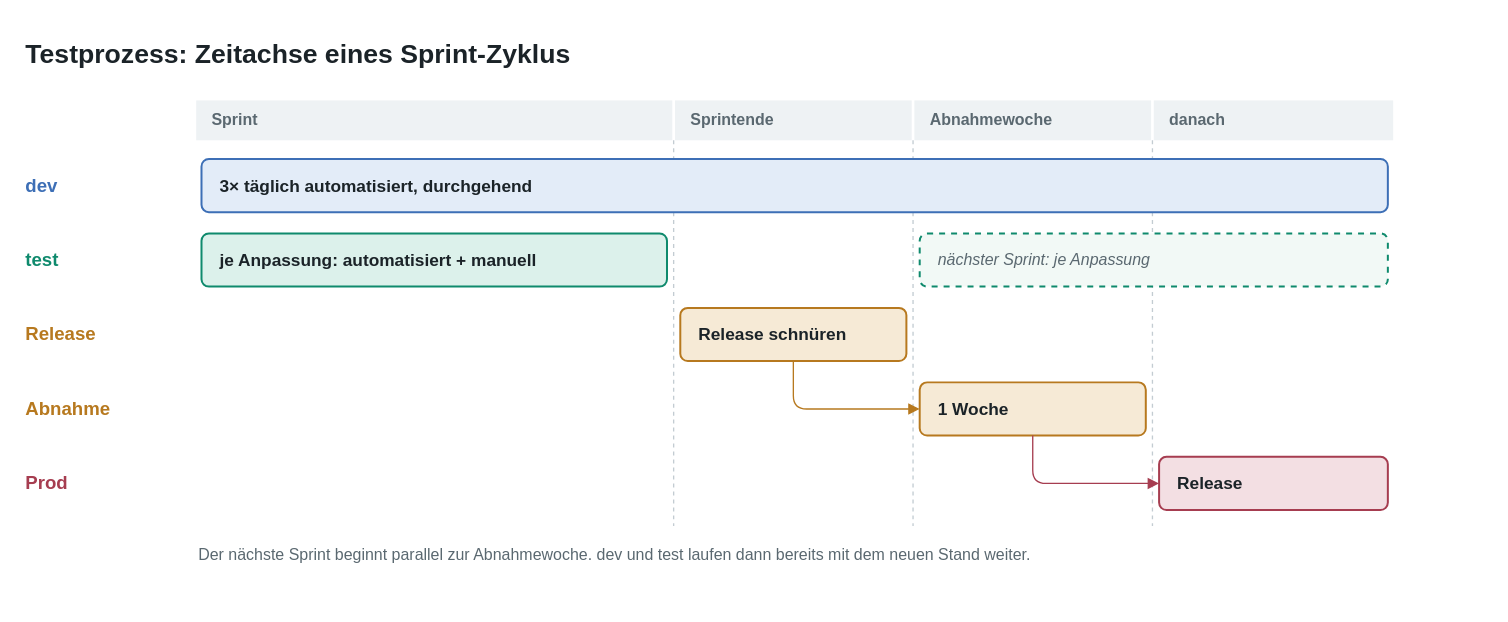
This is docs/Testprozess-Zeitachse.drawio from just13131410/CucumberTestProject, a draw.io file, before an edit. Source tidied: cells renumbered, new cells numbered last; positions are measured from the earlier drawing's top-left corner, leaving out a move shared by most shapes. Both pictures are drawn from the tidied source at 133%, with x=0, y=0 at pixel (23, 28).
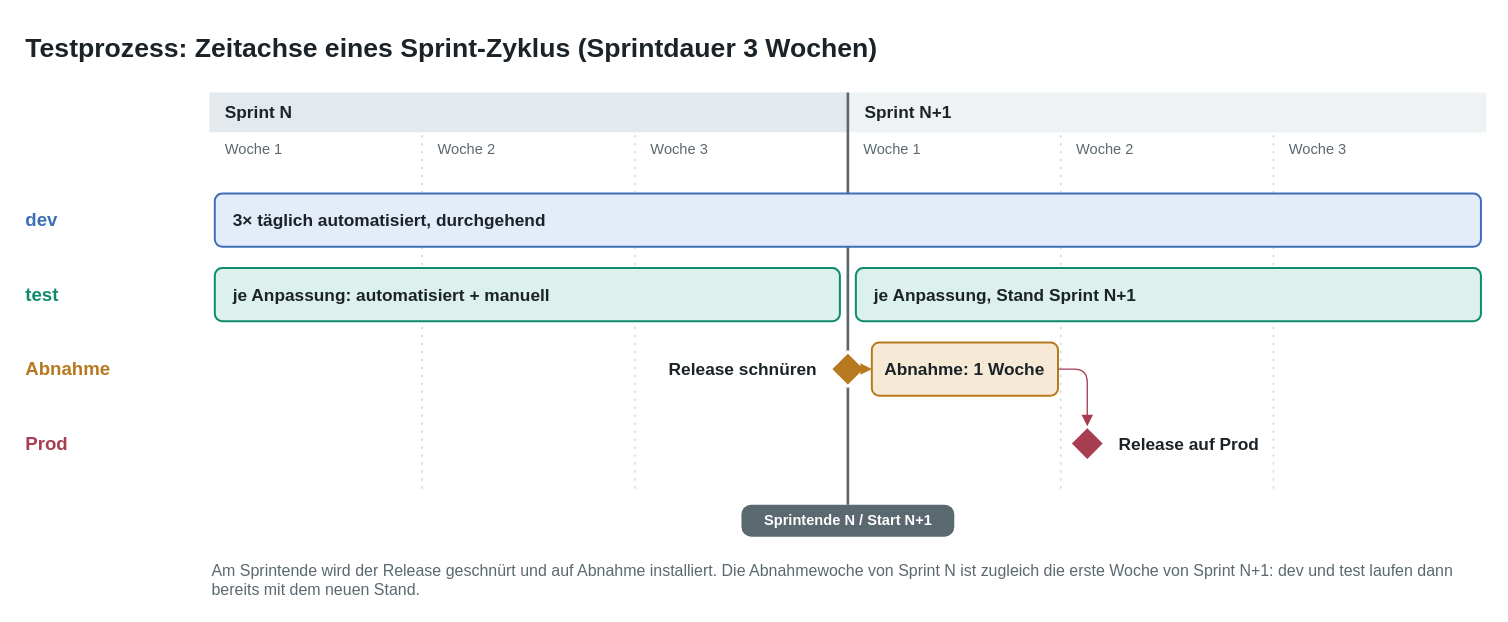
The same page after the edit.

Commit message:
docs: Zeitachse auf 3-Wochen-Sprints und Abnahme in Sprint N+1 umgestellt

Sprintende ist ein Zeitpunkt statt eigener Phase, Release schnüren ein
Meilenstein vor der Abnahme. Release ist keine eigene Umgebungszeile mehr.
Die Abnahmewoche liegt in der ersten Woche des Folgesprints.

Diff of the diagram source:
```diff
@@
-    <mxCell id="2" value="Testprozess: Zeitachse eines Sprint-Zyklus" style="text;html=1;align=left;verticalAlign=middle;fontSize=20;fontStyle=1;fontColor=#1b2328;" parent="1" vertex="1">
-      <mxGeometry width="700" height="36" as="geometry" />
+    <mxCell id="2" value="Testprozess: Zeitachse eines Sprint-Zyklus (Sprintdauer 3 Wochen)" style="text;html=1;align=left;verticalAlign=middle;fontSize=20;fontStyle=1;fontColor=#1b2328;" parent="1" vertex="1">
+      <mxGeometry y="-4" width="900" height="36" as="geometry" />
     </mxCell>
-    <mxCell id="3" value="Sprint" style="rounded=0;html=1;fillColor=#eef2f4;strokeColor=none;fontColor=#5a6870;fontStyle=1;fontSize=12;align=left;spacingLeft=10;" parent="1" vertex="1">
-      <mxGeometry x="130" y="54" width="358" height="30" as="geometry" />
-    </mxCell>
-    <mxCell id="4" value="Sprintende" style="rounded=0;html=1;fillColor=#eef2f4;strokeColor=none;fontColor=#5a6870;fontStyle=1;fontSize=12;align=left;spacingLeft=10;" parent="1" vertex="1">
-      <mxGeometry x="490" y="54" width="178" height="30" as="geometry" />
-    </mxCell>
-    <mxCell id="5" value="Abnahmewoche" style="rounded=0;html=1;fillColor=#eef2f4;strokeColor=none;fontColor=#5a6870;fontStyle=1;fontSize=12;align=left;spacingLeft=10;" parent="1" vertex="1">
-      <mxGeometry x="670" y="54" width="178" height="30" as="geometry" />
-    </mxCell>
-    <mxCell id="6" value="danach" style="rounded=0;html=1;fillColor=#eef2f4;strokeColor=none;fontColor=#5a6870;fontStyle=1;fontSize=12;align=left;spacingLeft=10;" parent="1" vertex="1">
-      <mxGeometry x="850" y="54" width="180" height="30" as="geometry" />
-    </mxCell>
-    <mxCell id="7" style="endArrow=none;html=1;dashed=1;strokeColor=#c3ccd2;" parent="1" edge="1">
-      <mxGeometry relative="1" as="geometry">
-        <mxPoint x="489" y="84" as="sourcePoint" />
-        <mxPoint x="489" y="374" as="targetPoint" />
-      </mxGeometry>
-    </mxCell>
-    <mxCell id="8" style="endArrow=none;html=1;dashed=1;strokeColor=#c3ccd2;" parent="1" edge="1">
-      <mxGeometry relative="1" as="geometry">
-        <mxPoint x="669" y="84" as="sourcePoint" />
-        <mxPoint x="669" y="374" as="targetPoint" />
-      </mxGeometry>
-    </mxCell>
-    <mxCell id="9" style="endArrow=none;html=1;dashed=1;strokeColor=#c3ccd2;" parent="1" edge="1">
-      <mxGeometry relative="1" as="geometry">
-        <mxPoint x="849" y="84" as="sourcePoint" />
-        <mxPoint x="849" y="374" as="targetPoint" />
-      </mxGeometry>
-    </mxCell>
+    <mxCell id="24" value="Sprint N" style="rounded=0;html=1;fillColor=#e3e9ec;strokeColor=none;fontColor=#1b2328;fontStyle=1;fontSize=13;align=left;spacingLeft=10;" parent="1" vertex="1">
+      <mxGeometry x="140" y="48" width="479" height="30" as="geometry" />
+    </mxCell>
+    <mxCell id="25" value="Sprint N+1" style="rounded=0;html=1;fillColor=#eef2f4;strokeColor=none;fontColor=#1b2328;fontStyle=1;fontSize=13;align=left;spacingLeft=10;" parent="1" vertex="1">
+      <mxGeometry x="621" y="48" width="479" height="30" as="geometry" />
+    </mxCell>
+    <mxCell id="26" value="Woche 1" style="text;html=1;align=left;verticalAlign=middle;spacingLeft=10;fontSize=11;fontColor=#5a6870;" parent="1" vertex="1">
+      <mxGeometry x="140" y="80" width="160" height="22" as="geometry" />
+    </mxCell>
+    <mxCell id="27" value="Woche 2" style="text;html=1;align=left;verticalAlign=middle;spacingLeft=10;fontSize=11;fontColor=#5a6870;" parent="1" vertex="1">
+      <mxGeometry x="300" y="80" width="160" height="22" as="geometry" />
+    </mxCell>
+    <mxCell id="28" value="Woche 3" style="text;html=1;align=left;verticalAlign=middle;spacingLeft=10;fontSize=11;fontColor=#5a6870;" parent="1" vertex="1">
+      <mxGeometry x="460" y="80" width="160" height="22" as="geometry" />
+    </mxCell>
+    <mxCell id="29" value="Woche 1" style="text;html=1;align=left;verticalAlign=middle;spacingLeft=10;fontSize=11;fontColor=#5a6870;" parent="1" vertex="1">
+      <mxGeometry x="620" y="80" width="160" height="22" as="geometry" />
+    </mxCell>
+    <mxCell id="30" value="Woche 2" style="text;html=1;align=left;verticalAlign=middle;spacingLeft=10;fontSize=11;fontColor=#5a6870;" parent="1" vertex="1">
+      <mxGeometry x="780" y="80" width="160" height="22" as="geometry" />
+    </mxCell>
+    <mxCell id="31" value="Woche 3" style="text;html=1;align=left;verticalAlign=middle;spacingLeft=10;fontSize=11;fontColor=#5a6870;" parent="1" vertex="1">
+      <mxGeometry x="940" y="80" width="160" height="22" as="geometry" />
+    </mxCell>
+    <mxCell id="32" style="endArrow=none;html=1;dashed=1;dashPattern=2 4;strokeColor=#d0d8dd;" parent="1" edge="1">
+      <mxGeometry relative="1" as="geometry">
+        <mxPoint x="300" y="80" as="sourcePoint" />
+        <mxPoint x="300" y="348" as="targetPoint" />
+      </mxGeometry>
+    </mxCell>
+    <mxCell id="33" style="endArrow=none;html=1;dashed=1;dashPattern=2 4;strokeColor=#d0d8dd;" parent="1" edge="1">
+      <mxGeometry relative="1" as="geometry">
+        <mxPoint x="460" y="80" as="sourcePoint" />
+        <mxPoint x="460" y="348" as="targetPoint" />
+      </mxGeometry>
+    </mxCell>
+    <mxCell id="34" style="endArrow=none;html=1;dashed=1;dashPattern=2 4;strokeColor=#d0d8dd;" parent="1" edge="1">
+      <mxGeometry relative="1" as="geometry">
+        <mxPoint x="780" y="80" as="sourcePoint" />
+        <mxPoint x="780" y="348" as="targetPoint" />
+      </mxGeometry>
+    </mxCell>
+    <mxCell id="35" style="endArrow=none;html=1;dashed=1;dashPattern=2 4;strokeColor=#d0d8dd;" parent="1" edge="1">
+      <mxGeometry relative="1" as="geometry">
+        <mxPoint x="940" y="80" as="sourcePoint" />
+        <mxPoint x="940" y="348" as="targetPoint" />
+      </mxGeometry>
+    </mxCell>
+    <mxCell id="36" style="endArrow=none;html=1;strokeColor=#5a6870;strokeWidth=2;" parent="1" edge="1">
+      <mxGeometry relative="1" as="geometry">
+        <mxPoint x="620" y="48" as="sourcePoint" />
+        <mxPoint x="620" y="358" as="targetPoint" />
+      </mxGeometry>
+    </mxCell>
+    <mxCell id="37" value="Sprintende N / Start N+1" style="rounded=1;arcSize=30;html=1;fillColor=#5a6870;strokeColor=none;fontColor=#ffffff;fontStyle=1;fontSize=11;" parent="1" vertex="1">
+      <mxGeometry x="540" y="358" width="160" height="24" as="geometry" />
+    </mxCell>
     <mxCell id="10" value="dev" style="text;html=1;align=left;verticalAlign=middle;fontSize=14;fontStyle=1;fontColor=#3d6fb6;" parent="1" vertex="1">
-      <mxGeometry y="98" width="120" height="40" as="geometry" />
+      <mxGeometry y="124" width="120" height="40" as="geometry" />
     </mxCell>
     <mxCell id="11" value="test" style="text;html=1;align=left;verticalAlign=middle;fontSize=14;fontStyle=1;fontColor=#0f8a6d;" parent="1" vertex="1">
-      <mxGeometry y="154" width="120" height="40" as="geometry" />
+      <mxGeometry y="180" width="120" height="40" as="geometry" />
     </mxCell>
-    <mxCell id="12" value="Release" style="text;html=1;align=left;verticalAlign=middle;fontSize=14;fontStyle=1;fontColor=#b7791f;" parent="1" vertex="1">
-      <mxGeometry y="210" width="120" height="40" as="geometry" />
-    </mxCell>
     <mxCell id="13" value="Abnahme" style="text;html=1;align=left;verticalAlign=middle;fontSize=14;fontStyle=1;fontColor=#b7791f;" parent="1" vertex="1">
-      <mxGeometry y="266" width="120" height="40" as="geometry" />
+      <mxGeometry y="236" width="120" height="40" as="geometry" />
     </mxCell>
     <mxCell id="14" value="Prod" style="text;html=1;align=left;verticalAlign=middle;fontSize=14;fontStyle=1;fontColor=#a63d50;" parent="1" vertex="1">
-      <mxGeometry y="322" width="120" height="40" as="geometry" />
+      <mxGeometry y="292" width="120" height="40" as="geometry" />
     </mxCell>
     <mxCell id="15" value="3× täglich automatisiert, durchgehend" style="rounded=1;arcSize=14;whiteSpace=wrap;html=1;fillColor=#e3ecf8;strokeColor=#3d6fb6;strokeWidth=1.5;fontColor=#1b2328;fontStyle=1;fontSize=13;align=left;spacingLeft=12;" parent="1" vertex="1">
-      <mxGeometry x="134" y="98" width="892" height="40" as="geometry" />
+      <mxGeometry x="144" y="124" width="952" height="40" as="geometry" />
     </mxCell>
     <mxCell id="16" value="je Anpassung: automatisiert + manuell" style="rounded=1;arcSize=14;whiteSpace=wrap;html=1;fillColor=#dcf1eb;strokeColor=#0f8a6d;strokeWidth=1.5;fontColor=#1b2328;fontStyle=1;fontSize=13;align=left;spacingLeft=12;" parent="1" vertex="1">
-      <mxGeometry x="134" y="154" width="350" height="40" as="geometry" />
+      <mxGeometry x="144" y="180" width="470" height="40" as="geometry" />
     </mxCell>
-    <mxCell id="17" value="nächster Sprint: je Anpassung" style="rounded=1;arcSize=14;whiteSpace=wrap;html=1;fillColor=#f2f9f6;strokeColor=#0f8a6d;strokeWidth=1.5;dashed=1;fontColor=#5a6870;fontStyle=2;fontSize=12;align=left;spacingLeft=12;" parent="1" vertex="1">
-      <mxGeometry x="674" y="154" width="352" height="40" as="geometry" />
-    </mxCell>
+    <mxCell id="38" value="je Anpassung, Stand Sprint N+1" style="rounded=1;arcSize=14;whiteSpace=wrap;html=1;fillColor=#dcf1eb;strokeColor=#0f8a6d;strokeWidth=1.5;fontColor=#1b2328;fontStyle=1;fontSize=13;align=left;spacingLeft=12;" parent="1" vertex="1">
+      <mxGeometry x="626" y="180" width="470" height="40" as="geometry" />
+    </mxCell>
-    <mxCell id="18" value="Release schnüren" style="rounded=1;arcSize=14;whiteSpace=wrap;html=1;fillColor=#f6ead6;strokeColor=#b7791f;strokeWidth=1.5;fontColor=#1b2328;fontStyle=1;fontSize=13;align=left;spacingLeft=12;" parent="1" vertex="1">
-      <mxGeometry x="494" y="210" width="170" height="40" as="geometry" />
+    <mxCell id="18" value="Release schnüren" style="text;html=1;align=right;verticalAlign=middle;fontSize=13;fontStyle=1;fontColor=#1b2328;spacingRight=6;" parent="1" vertex="1">
+      <mxGeometry x="440" y="242" width="164" height="28" as="geometry" />
     </mxCell>
+    <mxCell id="39" style="rhombus;html=1;fillColor=#b7791f;strokeColor=#ffffff;strokeWidth=2;" parent="1" vertex="1">
+      <mxGeometry x="607" y="243" width="26" height="26" as="geometry" />
+    </mxCell>
-    <mxCell id="19" value="1 Woche" style="rounded=1;arcSize=14;whiteSpace=wrap;html=1;fillColor=#f6ead6;strokeColor=#b7791f;strokeWidth=1.5;fontColor=#1b2328;fontStyle=1;fontSize=13;align=left;spacingLeft=12;" parent="1" vertex="1">
-      <mxGeometry x="674" y="266" width="170" height="40" as="geometry" />
+    <mxCell id="19" value="Abnahme: 1 Woche" style="rounded=1;arcSize=14;whiteSpace=wrap;html=1;fillColor=#f6ead6;strokeColor=#b7791f;strokeWidth=1.5;fontColor=#1b2328;fontStyle=1;fontSize=13;align=center;" parent="1" vertex="1">
+      <mxGeometry x="638" y="236" width="140" height="40" as="geometry" />
     </mxCell>
-    <mxCell id="20" value="Release" style="rounded=1;arcSize=14;whiteSpace=wrap;html=1;fillColor=#f3dfe3;strokeColor=#a63d50;strokeWidth=1.5;fontColor=#1b2328;fontStyle=1;fontSize=13;align=left;spacingLeft=12;" parent="1" vertex="1">
-      <mxGeometry x="854" y="322" width="172" height="40" as="geometry" />
-    </mxCell>
+    <mxCell id="40" style="rhombus;html=1;fillColor=#a63d50;strokeColor=#ffffff;strokeWidth=2;" parent="1" vertex="1">
+      <mxGeometry x="787" y="299" width="26" height="26" as="geometry" />
+    </mxCell>
+    <mxCell id="41" value="Release auf Prod" style="text;html=1;align=left;verticalAlign=middle;fontSize=13;fontStyle=1;fontColor=#1b2328;spacingLeft=6;" parent="1" vertex="1">
+      <mxGeometry x="816" y="298" width="180" height="28" as="geometry" />
+    </mxCell>
-    <mxCell id="21" style="edgeStyle=orthogonalEdgeStyle;rounded=1;html=1;endArrow=block;endFill=1;strokeColor=#b7791f;" parent="1" edge="1" source="18" target="19">
-      <mxGeometry relative="1" as="geometry">
-        <Array as="points">
-          <mxPoint x="579" y="286" />
-        </Array>
-      </mxGeometry>
+    <mxCell id="21" style="edgeStyle=orthogonalEdgeStyle;rounded=1;html=1;endArrow=block;endFill=1;strokeColor=#b7791f;exitX=1;exitY=0.5;entryX=0;entryY=0.5;" parent="1" edge="1" source="39" target="19">
+      <mxGeometry relative="1" as="geometry" />
     </mxCell>
-    <mxCell id="22" style="edgeStyle=orthogonalEdgeStyle;rounded=1;html=1;endArrow=block;endFill=1;strokeColor=#a63d50;" parent="1" edge="1" source="19" target="20">
-      <mxGeometry relative="1" as="geometry">
-        <Array as="points">
-          <mxPoint x="759" y="342" />
-        </Array>
-      </mxGeometry>
+    <mxCell id="22" style="edgeStyle=orthogonalEdgeStyle;rounded=1;html=1;endArrow=block;endFill=1;strokeColor=#a63d50;exitX=1;exitY=0.5;entryX=0.5;entryY=0;" parent="1" edge="1" source="19" target="40">
+      <mxGeometry relative="1" as="geometry" />
     </mxCell>
-    <mxCell id="23" value="Der nächste Sprint beginnt parallel zur Abnahmewoche. dev und test laufen dann bereits mit dem neuen Stand weiter." style="text;html=1;align=left;verticalAlign=top;whiteSpace=wrap;fontSize=12;fontColor=#5a6870;" parent="1" vertex="1">
-      <mxGeometry x="130" y="382" width="900" height="30" as="geometry" />
+    <mxCell id="23" value="Am Sprintende wird der Release geschnürt und auf Abnahme installiert. Die Abnahmewoche von Sprint N ist zugleich die erste Woche von Sprint N+1: dev und test laufen dann bereits mit dem neuen Stand." style="text;html=1;align=left;verticalAlign=top;whiteSpace=wrap;fontSize=12;fontColor=#5a6870;" parent="1" vertex="1">
+      <mxGeometry x="140" y="394" width="960" height="36" as="geometry" />
     </mxCell>
```
